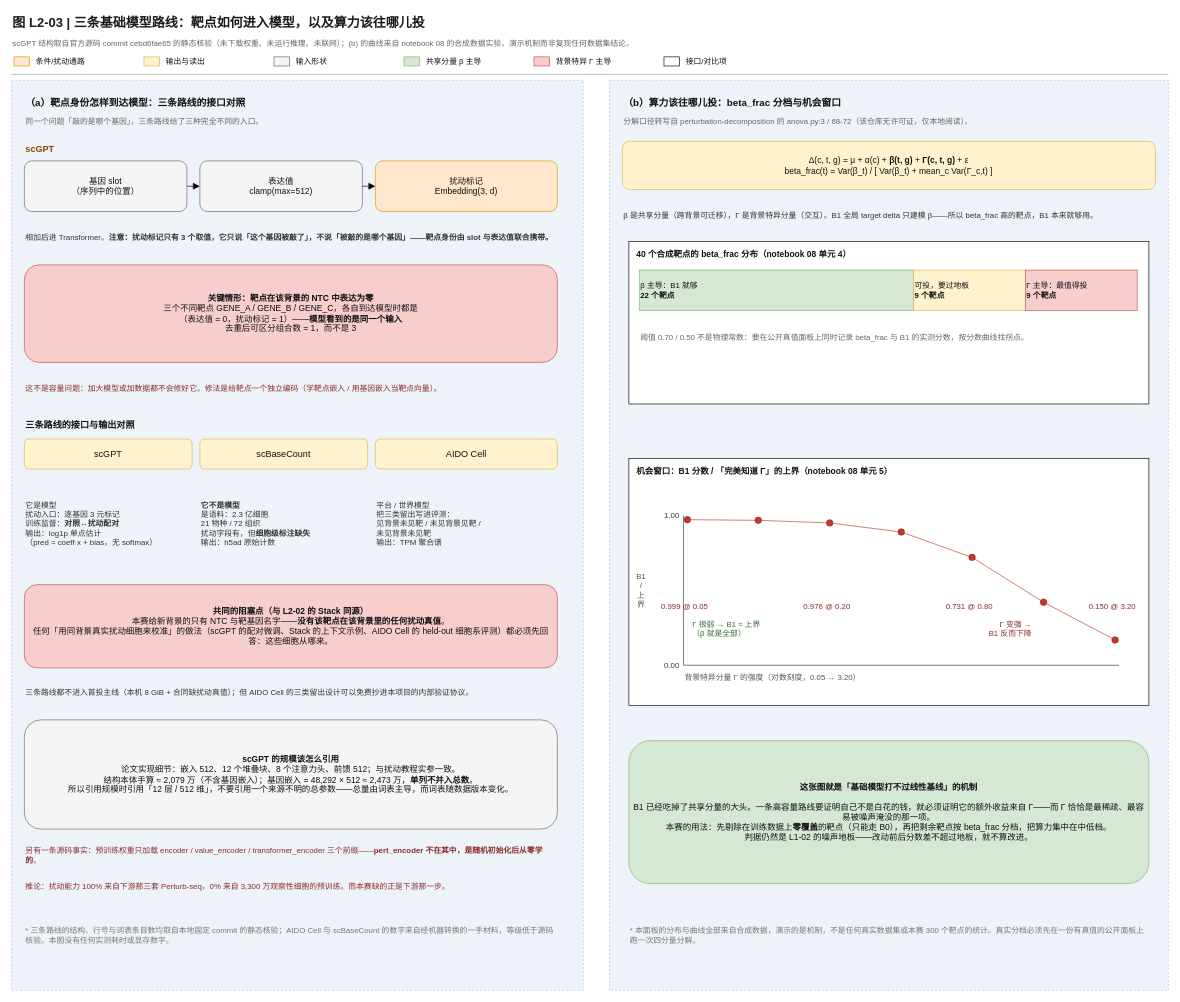
Before: docs/style/sources/L2-03-foundation-routes.drawio in CaiZongyuan/virtual-cell-2026, a draw.io diagram. Source tidied: cells renumbered, new cells numbered last; positions are measured from the earlier drawing's top-left corner, leaving out a move shared by most shapes. Both pictures are drawn from the tidied source at 65%, with x=0, y=0 at pixel (11, 11).
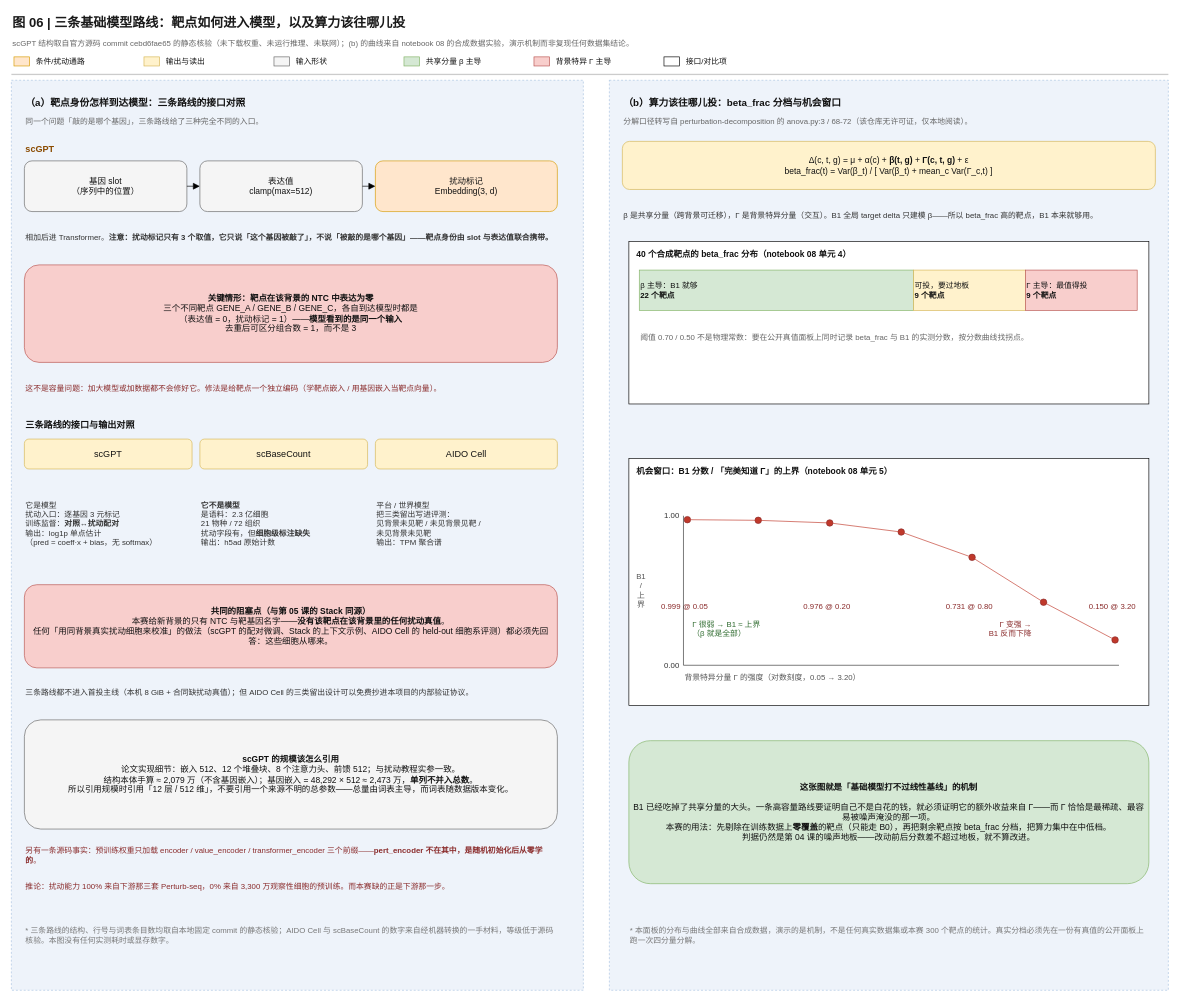
Above is the later version.

Unchanged cells that the change refers to:
```xml
<mxCell id="17" style="rounded=0;html=1;perimeter=rectanglePerimeter;fillColor=#eef3fa;strokeColor=#a9c3e0;dashed=1;" parent="1" vertex="1">
  <mxGeometry y="106" width="880" height="1400" as="geometry" />
</mxCell>
<mxCell id="42" style="rounded=0;html=1;perimeter=rectanglePerimeter;fillColor=#eef3fa;strokeColor=#a9c3e0;dashed=1;" parent="1" vertex="1">
  <mxGeometry x="920" y="106" width="860" height="1400" as="geometry" />
</mxCell>
```

Diff of the diagram source:
```diff
@@
-    <mxCell id="2" value="图 L2-03 | 三条基础模型路线：靶点如何进入模型，以及算力该往哪儿投" style="text;html=1;whiteSpace=wrap;align=left;verticalAlign=middle;fontFamily=Helvetica;fontSize=20;fontColor=#1a1a1a;fontStyle=1;" parent="1" vertex="1">
+    <mxCell id="2" value="图 06 | 三条基础模型路线：靶点如何进入模型，以及算力该往哪儿投" style="text;html=1;whiteSpace=wrap;align=left;verticalAlign=middle;fontFamily=Helvetica;fontSize=20;fontColor=#1a1a1a;fontStyle=1;" parent="1" vertex="1">
       <mxGeometry width="1500" height="32" as="geometry" />
     </mxCell>
@@
-    <mxCell id="36" value="&lt;b&gt;共同的阻塞点（与 L2-02 的 Stack 同源）&lt;/b&gt;&#10;本赛给新背景的只有 NTC 与靶基因名字——&lt;b&gt;没有该靶点在该背景里的任何扰动真值&lt;/b&gt;。&#10;任何「用同背景真实扰动细胞来校准」的做法（scGPT 的配对微调、Stack 的上下文示例、AIDO Cell 的 held-out 细胞系评测）都必须先回答：这些细胞从哪来。" style="rounded=1;whiteSpace=wrap;html=1;perimeter=rectanglePerimeter;fillColor=#f8cecc;strokeColor=#b85450;fontFamily=Helvetica;fontSize=13;fontColor=#111111;align=center;verticalAlign=middle;" parent="17" vertex="1">
+    <mxCell id="36" value="&lt;b&gt;共同的阻塞点（与第 05 课的 Stack 同源）&lt;/b&gt;&#10;本赛给新背景的只有 NTC 与靶基因名字——&lt;b&gt;没有该靶点在该背景里的任何扰动真值&lt;/b&gt;。&#10;任何「用同背景真实扰动细胞来校准」的做法（scGPT 的配对微调、Stack 的上下文示例、AIDO Cell 的 held-out 细胞系评测）都必须先回答：这些细胞从哪来。" style="rounded=1;whiteSpace=wrap;html=1;perimeter=rectanglePerimeter;fillColor=#f8cecc;strokeColor=#b85450;fontFamily=Helvetica;fontSize=13;fontColor=#111111;align=center;verticalAlign=middle;" parent="17" vertex="1">
       <mxGeometry x="20" y="776" width="820" height="128" as="geometry" />
     </mxCell>
@@
-    <mxCell id="80" value="&lt;b&gt;这张图就是「基础模型打不过线性基线」的机制&lt;/b&gt;&#10;&#10;B1 已经吃掉了共享分量的大头。一条高容量路线要证明自己不是白花的钱，就必须证明它的额外收益来自 Γ——而 Γ 恰恰是最稀疏、最容易被噪声淹没的那一项。&#10;本赛的用法：先剔除在训练数据上&lt;b&gt;零覆盖&lt;/b&gt;的靶点（只能走 B0），再把剩余靶点按 beta_frac 分档，把算力集中在中低档。&#10;判据仍然是 L1-02 的噪声地板——改动前后分数差不超过地板，就不算改进。" style="rounded=1;whiteSpace=wrap;html=1;perimeter=rectanglePerimeter;fillColor=#d5e8d4;strokeColor=#82b366;fontFamily=Helvetica;fontSize=13;fontColor=#111111;align=center;verticalAlign=middle;" parent="42" vertex="1">
+    <mxCell id="80" value="&lt;b&gt;这张图就是「基础模型打不过线性基线」的机制&lt;/b&gt;&#10;&#10;B1 已经吃掉了共享分量的大头。一条高容量路线要证明自己不是白花的钱，就必须证明它的额外收益来自 Γ——而 Γ 恰恰是最稀疏、最容易被噪声淹没的那一项。&#10;本赛的用法：先剔除在训练数据上&lt;b&gt;零覆盖&lt;/b&gt;的靶点（只能走 B0），再把剩余靶点按 beta_frac 分档，把算力集中在中低档。&#10;判据仍然是第 04 课的噪声地板——改动前后分数差不超过地板，就不算改进。" style="rounded=1;whiteSpace=wrap;html=1;perimeter=rectanglePerimeter;fillColor=#d5e8d4;strokeColor=#82b366;fontFamily=Helvetica;fontSize=13;fontColor=#111111;align=center;verticalAlign=middle;" parent="42" vertex="1">
       <mxGeometry x="30" y="1016" width="800" height="220" as="geometry" />
     </mxCell>
```
